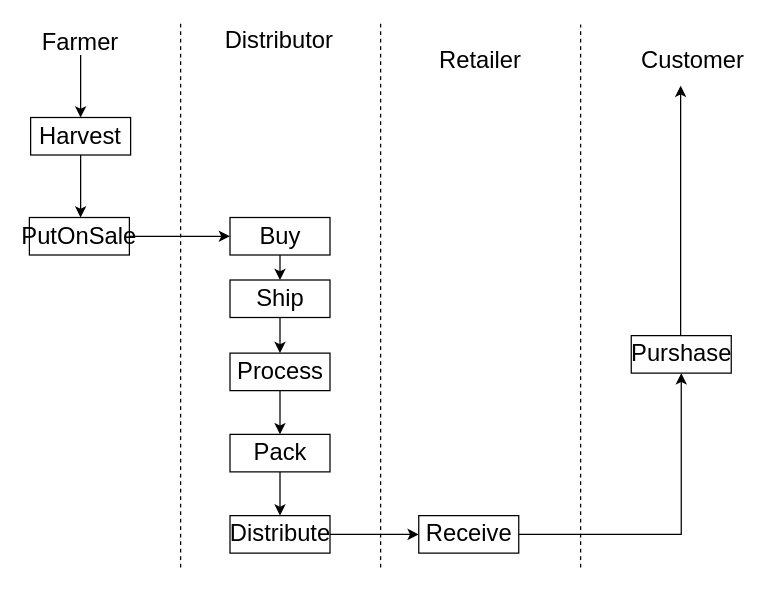
Above: UML and write-ups/UML Source/Activity Diagram.drawio in abuaesh/CoffeeSupplyChain (draw.io), before the change. Source tidied: cells renumbered, new cells numbered last; positions are measured from the earlier drawing's top-left corner, leaving out a move shared by most shapes. Both pictures are drawn from the tidied source at 125%, with x=0, y=0 at pixel (29, 21).
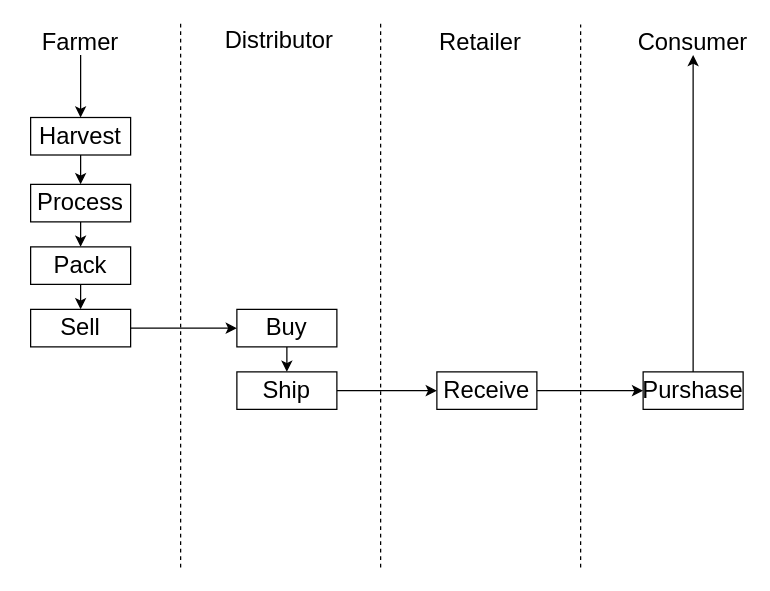
Above is the later version.

Unchanged cells that the change refers to:
```xml
<mxCell id="7" value="Harvest" style="rounded=0;whiteSpace=wrap;html=1;fontSize=19;" parent="1" vertex="1">
  <mxGeometry x="1" y="76.5" width="80" height="30" as="geometry" />
</mxCell>
```

The edit, as a diff of the source:
```diff
@@
     <mxCell id="4" value="Retailer" style="text;html=1;strokeColor=none;fillColor=none;align=center;verticalAlign=middle;whiteSpace=wrap;rounded=0;fontSize=19;" parent="1" vertex="1">
-      <mxGeometry x="341" y="21" width="40" height="20" as="geometry" />
+      <mxGeometry x="341" y="6.5" width="40" height="20" as="geometry" />
     </mxCell>
@@
-    <mxCell id="6" style="edgeStyle=orthogonalEdgeStyle;rounded=0;jettySize=auto;html=1;fontSize=19;" parent="1" edge="1" source="7">
-      <mxGeometry relative="1" as="geometry">
-        <mxPoint x="41" y="156.5" as="targetPoint" />
-      </mxGeometry>
+    <mxCell id="6" style="edgeStyle=orthogonalEdgeStyle;rounded=0;jettySize=auto;html=1;fontSize=19;entryX=0.5;entryY=0;entryDx=0;entryDy=0;" parent="1" edge="1" source="7" target="23">
+      <mxGeometry relative="1" as="geometry" />
     </mxCell>
@@
-    <mxCell id="8" style="edgeStyle=orthogonalEdgeStyle;rounded=0;jettySize=auto;html=1;fontSize=19;" parent="1" edge="1" source="9" target="11">
-      <mxGeometry relative="1" as="geometry" />
-    </mxCell>
+    <mxCell id="28" style="edgeStyle=orthogonalEdgeStyle;rounded=0;jettySize=auto;html=1;exitX=0.5;exitY=1;exitDx=0;exitDy=0;entryX=0.5;entryY=0;entryDx=0;entryDy=0;" parent="1" edge="1" source="9" target="13">
+      <mxGeometry relative="1" as="geometry" />
+    </mxCell>
     <mxCell id="9" value="Pack" style="rounded=0;whiteSpace=wrap;html=1;fontSize=19;" parent="1" vertex="1">
-      <mxGeometry x="160.5" y="330" width="80" height="30" as="geometry" />
+      <mxGeometry x="1" y="180" width="80" height="30" as="geometry" />
     </mxCell>
-    <mxCell id="10" style="edgeStyle=orthogonalEdgeStyle;rounded=0;jettySize=auto;html=1;exitX=1;exitY=0.5;exitDx=0;exitDy=0;entryX=0;entryY=0.5;entryDx=0;entryDy=0;fontSize=19;" parent="1" edge="1" source="11" target="19">
+    <mxCell id="10" style="edgeStyle=orthogonalEdgeStyle;rounded=0;jettySize=auto;html=1;exitX=1;exitY=0.5;exitDx=0;exitDy=0;entryX=0;entryY=0.5;entryDx=0;entryDy=0;fontSize=19;" parent="1" edge="1" source="15" target="19">
       <mxGeometry relative="1" as="geometry" />
     </mxCell>
-    <mxCell id="11" value="Distribute" style="rounded=0;whiteSpace=wrap;html=1;fontSize=19;" parent="1" vertex="1">
-      <mxGeometry x="160.5" y="395" width="80" height="30" as="geometry" />
-    </mxCell>
@@
-    <mxCell id="13" value="PutOnSale" style="rounded=0;whiteSpace=wrap;html=1;fontSize=19;" parent="1" vertex="1">
-      <mxGeometry y="156.5" width="80" height="30" as="geometry" />
+    <mxCell id="13" value="Sell" style="rounded=0;whiteSpace=wrap;html=1;fontSize=19;" parent="1" vertex="1">
+      <mxGeometry x="1" y="230" width="80" height="30" as="geometry" />
     </mxCell>
-    <mxCell id="14" style="edgeStyle=orthogonalEdgeStyle;rounded=0;jettySize=auto;html=1;exitX=0.5;exitY=1;exitDx=0;exitDy=0;entryX=0.5;entryY=0;entryDx=0;entryDy=0;fontSize=19;" parent="1" edge="1" source="15" target="23">
-      <mxGeometry relative="1" as="geometry" />
-    </mxCell>
     <mxCell id="15" value="Ship" style="rounded=0;whiteSpace=wrap;html=1;fontSize=19;" parent="1" vertex="1">
-      <mxGeometry x="160.5" y="206.5" width="80" height="30" as="geometry" />
+      <mxGeometry x="166" y="280" width="80" height="30" as="geometry" />
     </mxCell>
@@
     <mxCell id="17" value="Buy" style="rounded=0;whiteSpace=wrap;html=1;fontSize=19;" parent="1" vertex="1">
-      <mxGeometry x="160.5" y="156.5" width="80" height="30" as="geometry" />
+      <mxGeometry x="166" y="230" width="80" height="30" as="geometry" />
     </mxCell>
@@
     <mxCell id="19" value="Receive" style="rounded=0;whiteSpace=wrap;html=1;fontSize=19;" parent="1" vertex="1">
-      <mxGeometry x="311.5" y="395" width="80" height="30" as="geometry" />
+      <mxGeometry x="326" y="280" width="80" height="30" as="geometry" />
     </mxCell>
-    <mxCell id="20" style="edgeStyle=orthogonalEdgeStyle;rounded=0;jettySize=auto;html=1;fontSize=19;" parent="1" edge="1" source="21">
-      <mxGeometry relative="1" as="geometry">
-        <mxPoint x="521" y="51" as="targetPoint" />
-      </mxGeometry>
+    <mxCell id="20" style="edgeStyle=orthogonalEdgeStyle;rounded=0;jettySize=auto;html=1;fontSize=19;entryX=0.5;entryY=1;entryDx=0;entryDy=0;" parent="1" edge="1" source="21" target="24">
+      <mxGeometry relative="1" as="geometry" />
     </mxCell>
     <mxCell id="21" value="Purshase" style="rounded=0;whiteSpace=wrap;html=1;fontSize=19;" parent="1" vertex="1">
-      <mxGeometry x="481.5" y="251" width="80" height="30" as="geometry" />
+      <mxGeometry x="491" y="280" width="80" height="30" as="geometry" />
     </mxCell>
@@
     <mxCell id="23" value="Process" style="rounded=0;whiteSpace=wrap;html=1;fontSize=19;" parent="1" vertex="1">
-      <mxGeometry x="160.5" y="265" width="80" height="30" as="geometry" />
+      <mxGeometry x="1" y="130" width="80" height="30" as="geometry" />
     </mxCell>
-    <mxCell id="24" value="Customer" style="text;html=1;strokeColor=none;fillColor=none;align=center;verticalAlign=middle;whiteSpace=wrap;rounded=0;fontSize=19;" parent="1" vertex="1">
-      <mxGeometry x="511" y="21" width="40" height="20" as="geometry" />
+    <mxCell id="24" value="Consumer" style="text;html=1;strokeColor=none;fillColor=none;align=center;verticalAlign=middle;whiteSpace=wrap;rounded=0;fontSize=19;" parent="1" vertex="1">
+      <mxGeometry x="511" y="6.5" width="40" height="20" as="geometry" />
     </mxCell>
```
